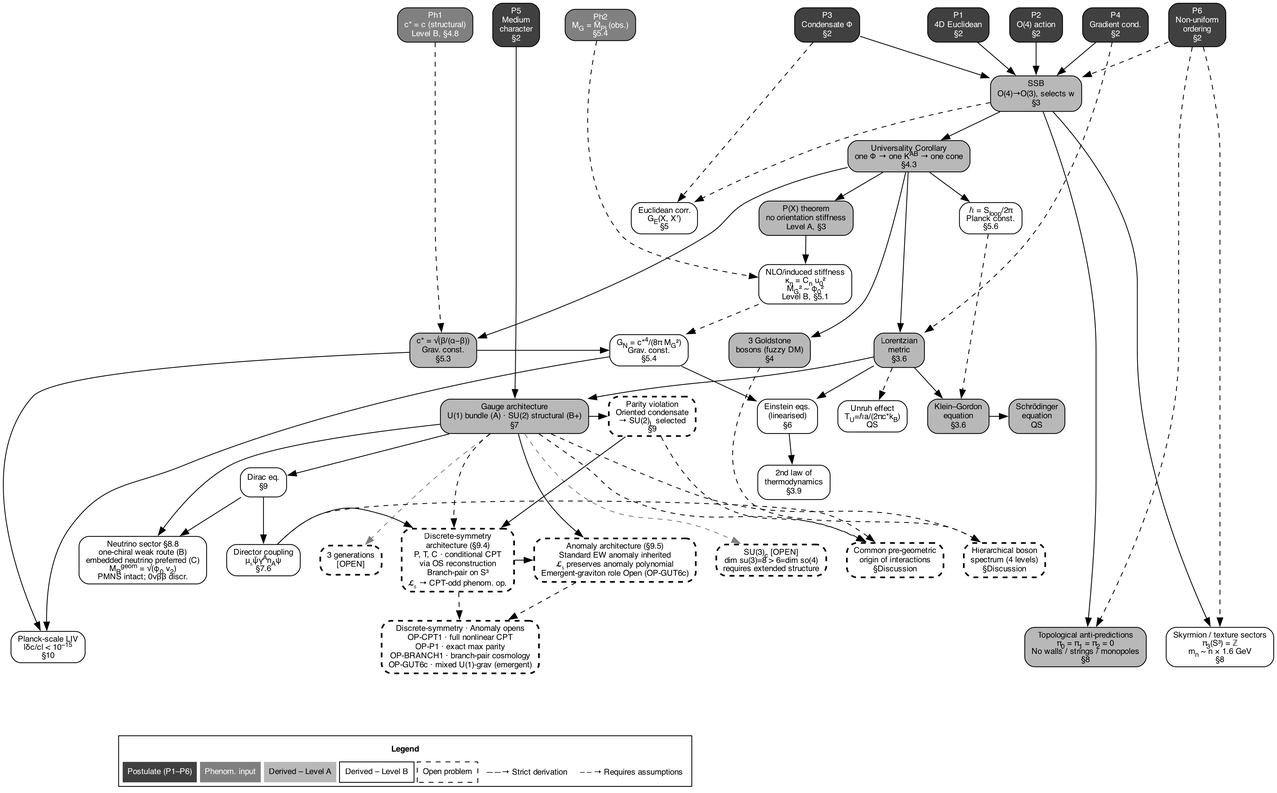
The Graphviz diagram figures/fig_partI_derivation_logic.png in chufelo/ECT-preprint-code, before a commit. Its source is kept beside it as scripts/fig_partI_derivation_logic.gv.
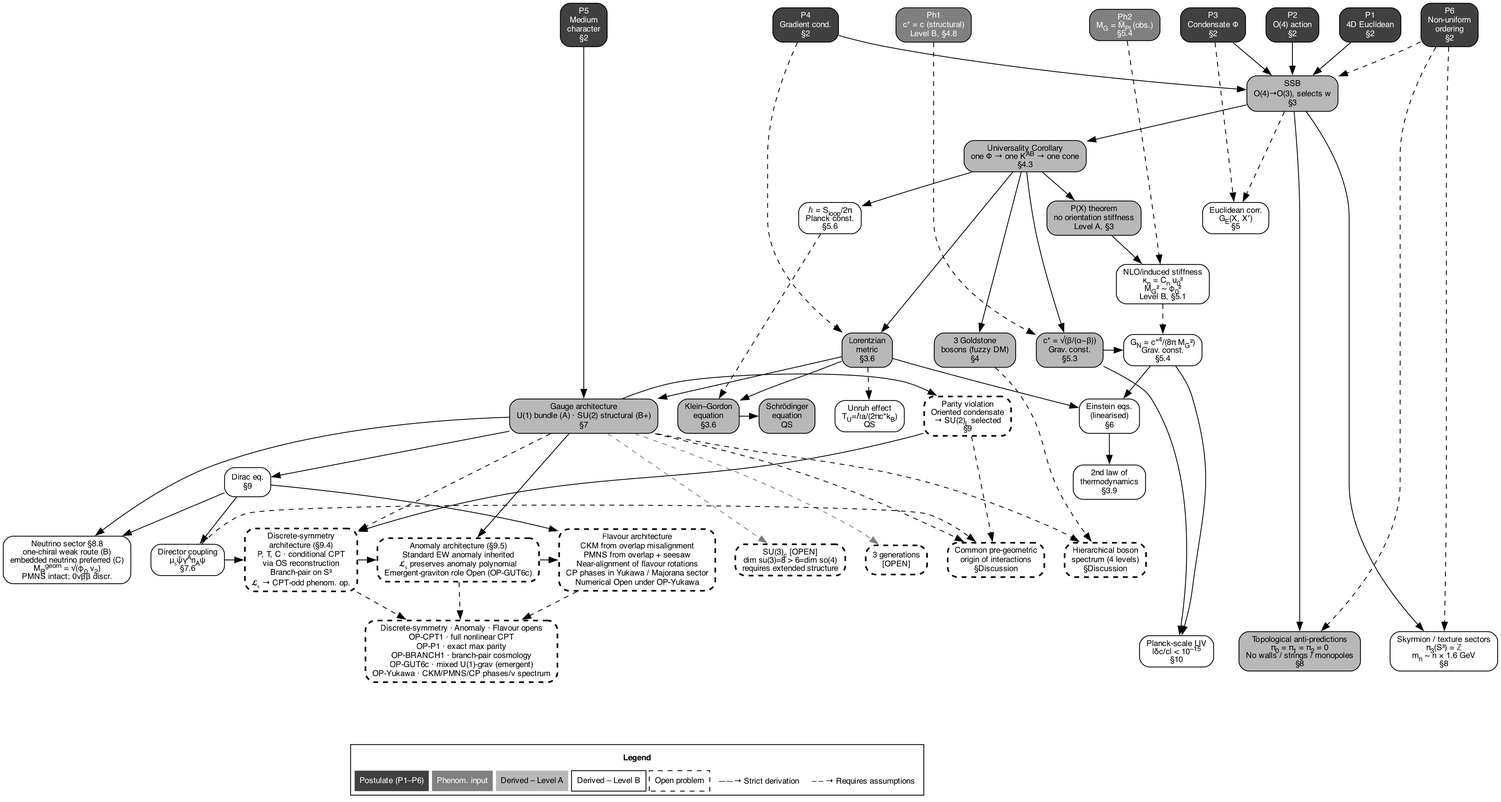
After the change.

What changed in the source:
```diff
@@ -50,7 +50,7 @@
   node [fillcolor="white", style="rounded,dashed", fontcolor=black, penwidth=2];
   SU3 [label=<SU(3)<SUB>c</SUB> [OPEN]<BR/>dim su(3)=8 &gt; 6=dim so(4)<BR/>requires extended structure>];
   threegen [label=<3 generations<BR/>[OPEN]>];
-  cpt_open [label=<Discrete-symmetry · Anomaly opens<BR/>OP-CPT1 · full nonlinear CPT<BR/>OP-P1 · exact max parity<BR/>OP-BRANCH1 · branch-pair cosmology<BR/>OP-GUT6c · mixed U(1)-grav (emergent)>];
+  cpt_open [label=<Discrete-symmetry · Anomaly · Flavour opens<BR/>OP-CPT1 · full nonlinear CPT<BR/>OP-P1 · exact max parity<BR/>OP-BRANCH1 · branch-pair cosmology<BR/>OP-GUT6c · mixed U(1)-grav (emergent)<BR/>OP-Yukawa · CKM/PMNS/CP phases/ν spectrum>];
 
   node [fillcolor="#b8b8b8", fontcolor=black];
   parity [label=<Parity violation<BR/>Oriented condensate<BR/>→ SU(2)<SUB>L</SUB> selected<BR/>§9>];
@@ -60,6 +60,7 @@
   common_origin [label=<Common pre-geometric<BR/>origin of interactions<BR/>§Discussion>];
   cpt_arch [label=<Discrete-symmetry<BR/>architecture (§9.4)<BR/>P, T, C · conditional CPT<BR/>via OS reconstruction<BR/>Branch-pair on S³<BR/>𝓛₅ → CPT-odd phenom. op.>];
   anomaly_arch [label=<Anomaly architecture (§9.5)<BR/>Standard EW anomaly inherited<BR/>𝓛₅ preserves anomaly polynomial<BR/>Emergent-graviton role Open (OP-GUT6c)>];
+  flavour_arch [label=<Flavour architecture<BR/>CKM from overlap misalignment<BR/>PMNS from overlap + seesaw<BR/>Near-alignment of flavour rotations<BR/>CP phases in Yukawa / Majorana sector<BR/>Numerical Open under OP-Yukawa>];
 
   {rank=same; P1; P2; P3; P4; Ph2; Ph1}
   {rank=same; P5; P6}
@@ -67,7 +68,7 @@
   {rank=same; hbar; GE}
   {rank=same; gauge; KG; einstein; unruh; schrodinger; parity}
   {rank=same; dirac; second_law}
-  {rank=same; SU3; fifth; threegen; neutrino; common_origin; boson_hier; cpt_arch; anomaly_arch}
+  {rank=same; SU3; fifth; threegen; neutrino; common_origin; boson_hier; cpt_arch; anomaly_arch; flavour_arch}
   {rank=same; topo_anti; skyrmion; LIV; cpt_open}
 
   P1 -> SSB; P2 -> SSB; P3 -> SSB; P4 -> SSB;
@@ -115,6 +116,9 @@
   cpt_arch -> anomaly_arch;
   gauge -> anomaly_arch;
   anomaly_arch -> cpt_open [style=dashed];
+  anomaly_arch -> flavour_arch;
+  dirac -> flavour_arch;
+  flavour_arch -> cpt_open [style=dashed];
 
   node [shape=point, width=0, style=invis];
   spacer1 [label=""];
@@ -126,6 +130,7 @@
   fifth -> spacer1 [style=invis];
   cpt_open -> spacer1 [style=invis];
   anomaly_arch -> spacer1 [style=invis];
+  flavour_arch -> spacer1 [style=invis];
 
   node [shape=plaintext, style="", fillcolor=white];
   legend [label=<
```
